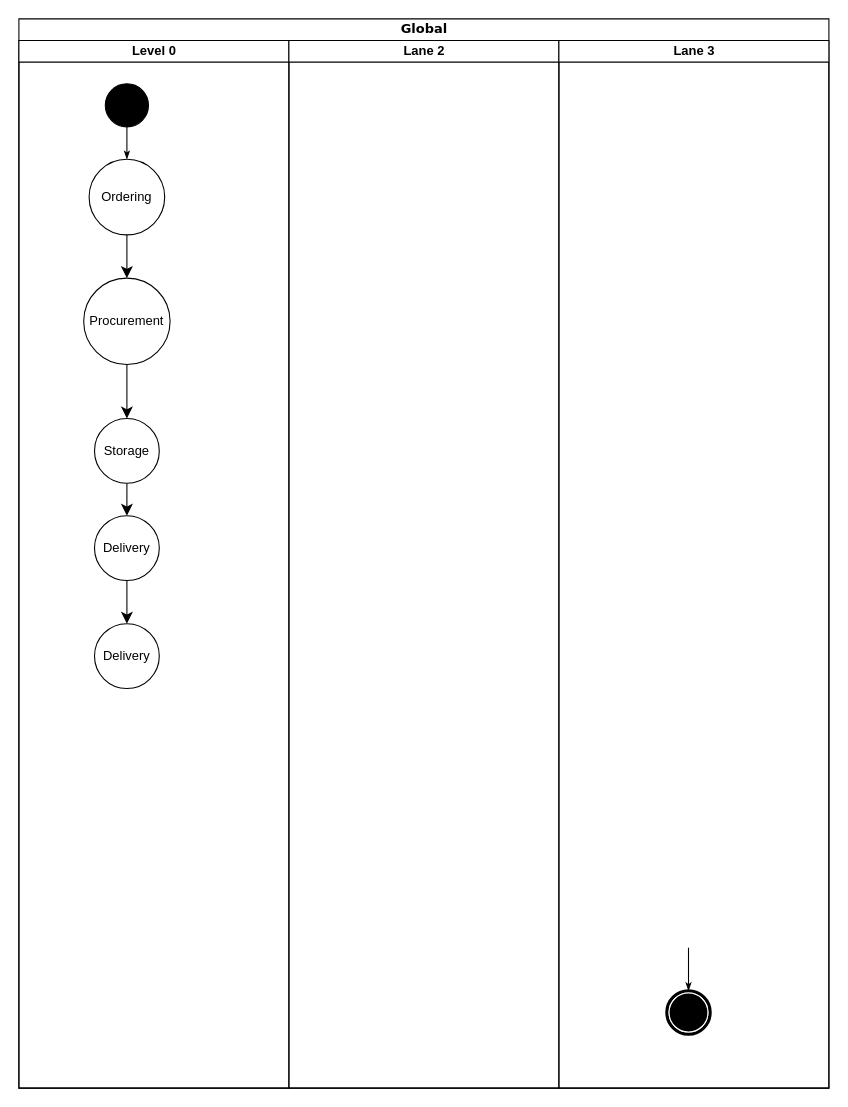
This is page "Lvl 0" (1 of 3) of pps-yazaki.drawio from hendrasaputra0501/pasi-bpa, a draw.io file, before an edit. Source tidied: cells renumbered, new cells numbered last; positions are measured from the earlier drawing's top-left corner, leaving out a move shared by most shapes. Both pictures are drawn from the tidied source at 108%, with x=0, y=0 at pixel (18, 18).
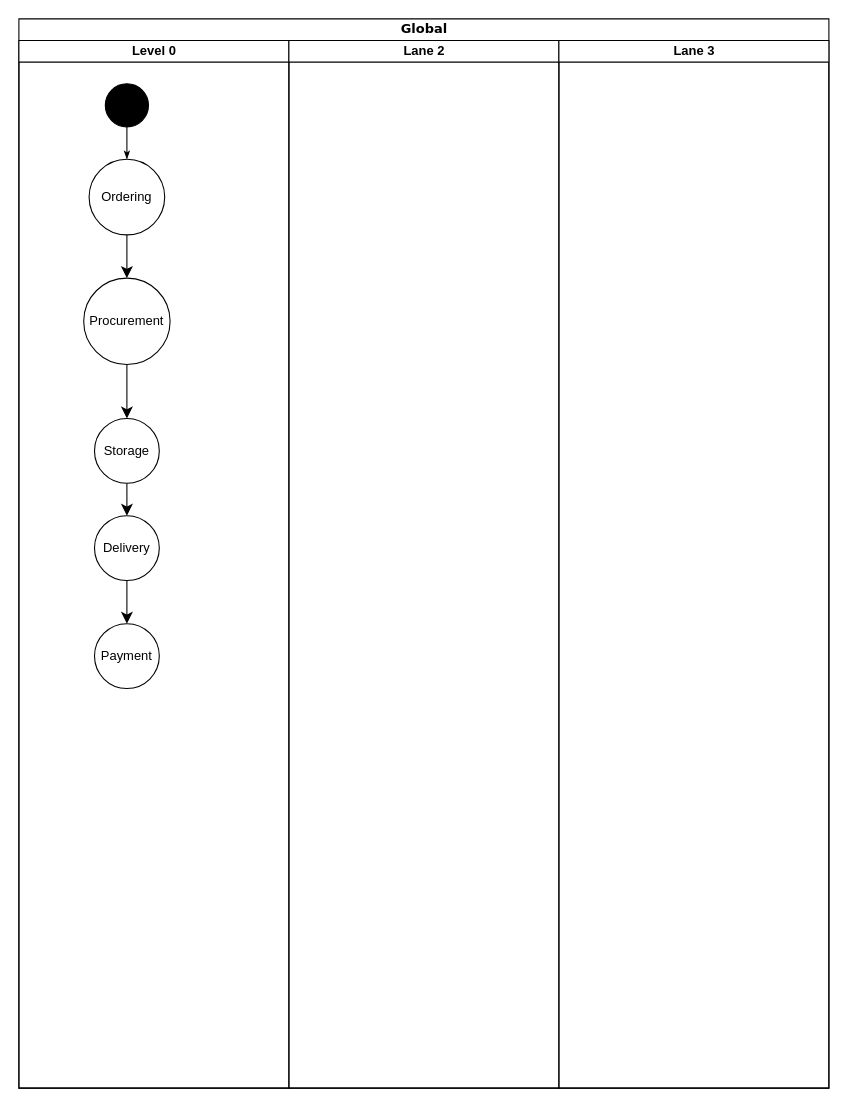
The same page after the edit.

Unchanged cells that the change refers to:
```xml
<mxCell id="3" value="Level 0" style="swimlane;html=1;startSize=20;rounded=0;" parent="2" vertex="1">
  <mxGeometry y="20" width="250" height="970" as="geometry" />
</mxCell>
<mxCell id="16" value="Lane 3" style="swimlane;html=1;startSize=20;" parent="2" vertex="1">
  <mxGeometry x="500" y="20" width="250" height="970" as="geometry" />
</mxCell>
```

What changed in the source:
```diff
@@
-    <mxCell id="14" value="Delivery" style="ellipse;whiteSpace=wrap;html=1;" parent="3" vertex="1">
+    <mxCell id="14" value="Payment" style="ellipse;whiteSpace=wrap;html=1;" parent="3" vertex="1">
       <mxGeometry x="70" y="540" width="60" height="60" as="geometry" />
     </mxCell>
@@
-    <mxCell id="17" style="edgeStyle=none;rounded=0;html=1;labelBackgroundColor=none;startArrow=none;startFill=0;startSize=5;endArrow=classicThin;endFill=1;endSize=5;jettySize=auto;strokeWidth=1;fontFamily=Verdana;fontSize=12;" parent="16" edge="1" target="18">
-      <mxGeometry relative="1" as="geometry">
-        <mxPoint x="120" y="840" as="sourcePoint" />
-      </mxGeometry>
-    </mxCell>
-    <mxCell id="18" style="shape=mxgraph.bpmn.shape;html=1;verticalLabelPosition=bottom;labelBackgroundColor=#ffffff;verticalAlign=top;perimeter=ellipsePerimeter;outline=end;symbol=terminate;rounded=0;shadow=0;comic=0;strokeWidth=1;fontFamily=Verdana;fontSize=12;align=center;" parent="16" vertex="1">
-      <mxGeometry x="100" y="880" width="40" height="40" as="geometry" />
-    </mxCell>
```
